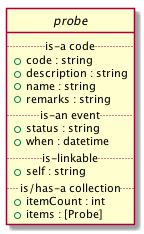
EciStg/order-placement keeps this PlantUML diagram as images/probe-class-diagram.puml.png. Above is the earlier version. Its diagram source:
```plantuml
@startuml
hide circle

interface probe {
.. is-a code ..
{field} + code : string
{field} + description : string
{field} + name : string
{field} + remarks : string
.. is-an event ..
{field} + status : string
{field} + when : datetime
.. is-linkable ..
{field} + self : string
.. is/has-a collection ..
{field} + itemCount : int
{field} + items : [Probe]
}
@enduml
```
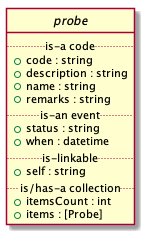
After the change.

The edit, as a diff of the source:
```diff
@@ -13,7 +13,7 @@
 .. is-linkable ..
 {field} + self : string
 .. is/has-a collection ..
-{field} + itemCount : int
+{field} + itemsCount : int
 {field} + items : [Probe]
 }
 @enduml
```
